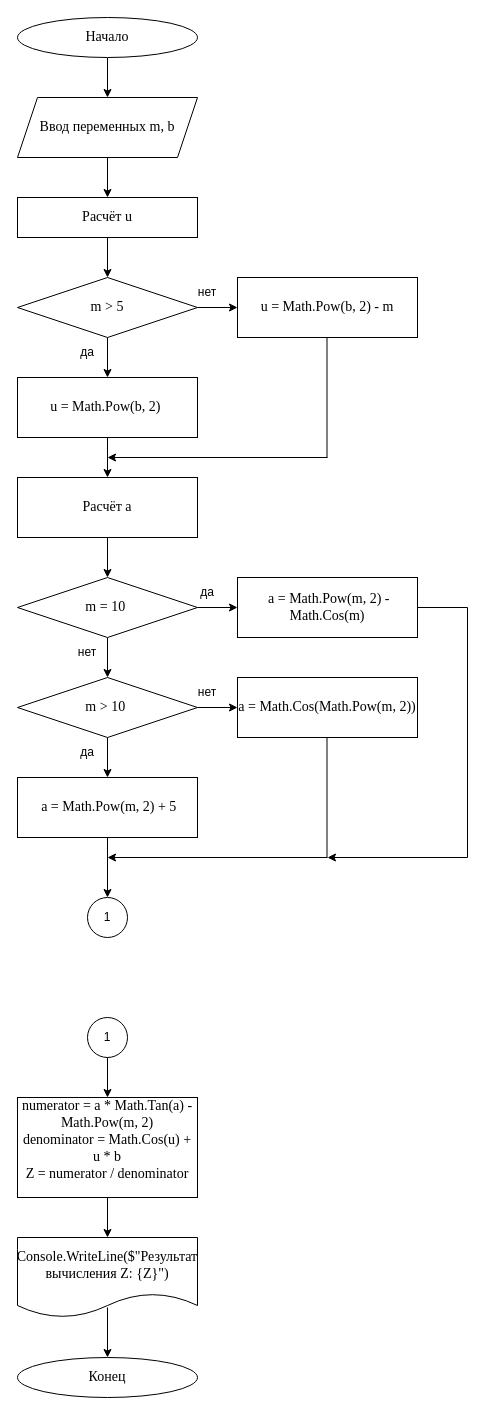
Dimag11/- keeps this draw.io diagram as Задание 5.drawio. Above is the earlier version. Source tidied: cells renumbered, new cells numbered last; positions are measured from the earlier drawing's top-left corner, leaving out a move shared by most shapes. Both pictures are drawn from the tidied source at 100%, with x=0, y=0 at pixel (17, 17).
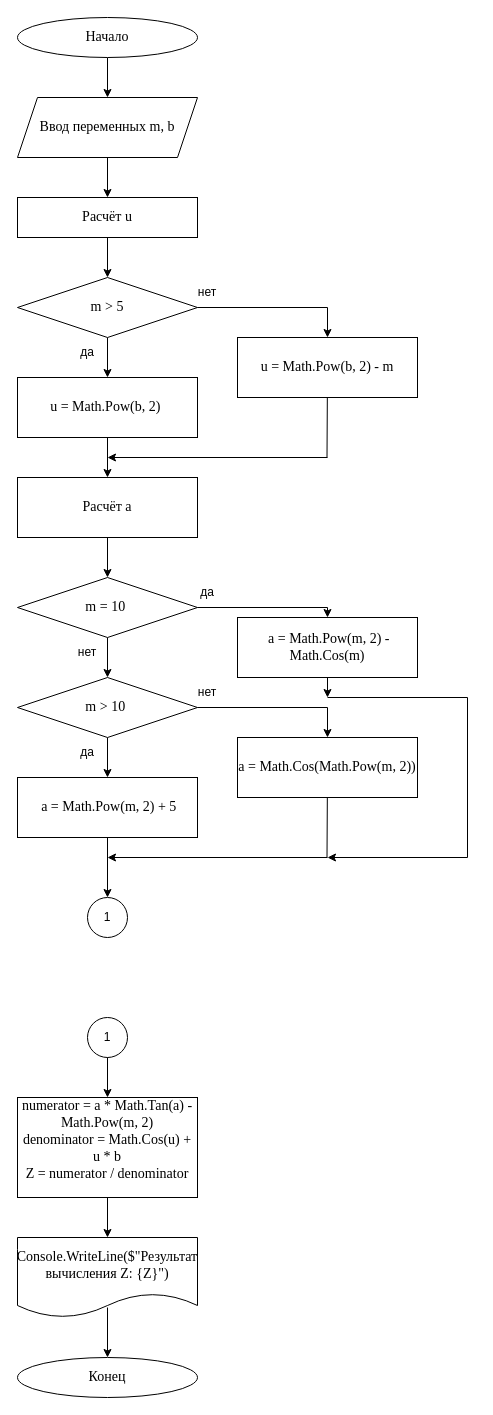
The same diagram, later.

Unchanged cells that the change refers to:
```xml
<mxCell id="10" value="&lt;font style=&quot;font-size: 14px;&quot; face=&quot;Times New Roman&quot;&gt;m &amp;gt; 5&lt;/font&gt;" style="rhombus;whiteSpace=wrap;html=1;" parent="1" vertex="1">
  <mxGeometry y="260" width="180" height="60" as="geometry" />
</mxCell>
<mxCell id="20" value="&lt;font style=&quot;font-size: 14px;&quot; face=&quot;Times New Roman&quot;&gt;m &amp;gt; 10&amp;nbsp;&lt;/font&gt;" style="rhombus;whiteSpace=wrap;html=1;" parent="1" vertex="1">
  <mxGeometry y="660" width="180" height="60" as="geometry" />
</mxCell>
<mxCell id="23" value="&lt;font style=&quot;font-size: 14px;&quot; face=&quot;Times New Roman&quot;&gt;m = 10&amp;nbsp;&lt;/font&gt;" style="rhombus;whiteSpace=wrap;html=1;" parent="1" vertex="1">
  <mxGeometry y="560" width="180" height="60" as="geometry" />
</mxCell>
```

Diff of the diagram source:
```diff
@@
-    <mxCell id="9" style="edgeStyle=orthogonalEdgeStyle;rounded=0;jettySize=auto;html=1;" parent="1" edge="1" source="10" target="11">
-      <mxGeometry relative="1" as="geometry" />
-    </mxCell>
@@
-    <mxCell id="11" value="&lt;font face=&quot;Times New Roman&quot;&gt;&lt;span style=&quot;font-size: 14px;&quot;&gt;u = Math.Pow(b, 2) - m&lt;/span&gt;&lt;/font&gt;" style="rounded=0;whiteSpace=wrap;html=1;" parent="1" vertex="1">
-      <mxGeometry x="220" y="260" width="180" height="60" as="geometry" />
-    </mxCell>
@@
-    <mxCell id="14" style="endArrow=none;html=1;rounded=0;" parent="1" edge="1">
+    <mxCell id="14" style="endArrow=none;html=1;rounded=0;" parent="1" edge="1" source="11">
       <mxGeometry relative="1" as="geometry">
-        <mxPoint x="309.5" y="440" as="sourcePoint" />
         <mxPoint x="309.5" y="320" as="targetPoint" />
       </mxGeometry>
     </mxCell>
@@
-    <mxCell id="19" style="edgeStyle=orthogonalEdgeStyle;rounded=0;jettySize=auto;html=1;" parent="1" edge="1" source="20" target="26">
-      <mxGeometry relative="1" as="geometry" />
-    </mxCell>
@@
-    <mxCell id="21" style="edgeStyle=orthogonalEdgeStyle;rounded=0;jettySize=auto;html=1;" parent="1" edge="1" source="23" target="24">
-      <mxGeometry relative="1" as="geometry" />
-    </mxCell>
@@
     <mxCell id="24" value="&lt;font style=&quot;font-size: 14px;&quot; face=&quot;Times New Roman&quot;&gt;&amp;nbsp;a = Math.Pow(m, 2) - Math.Cos(m)&lt;/font&gt;" style="rounded=0;whiteSpace=wrap;html=1;" parent="1" vertex="1">
-      <mxGeometry x="220" y="560" width="180" height="60" as="geometry" />
+      <mxGeometry x="220" y="600" width="180" height="60" as="geometry" />
     </mxCell>
@@
-    <mxCell id="26" value="&lt;font style=&quot;font-size: 14px;&quot; face=&quot;Times New Roman&quot;&gt;a = Math.Cos(Math.Pow(m, 2))&lt;/font&gt;" style="rounded=0;whiteSpace=wrap;html=1;" parent="1" vertex="1">
-      <mxGeometry x="220" y="660" width="180" height="60" as="geometry" />
-    </mxCell>
     <mxCell id="27" style="endArrow=none;html=1;rounded=0;" parent="1" edge="1">
       <mxGeometry relative="1" as="geometry">
-        <mxPoint x="450" y="590" as="sourcePoint" />
+        <mxPoint x="450" y="680" as="sourcePoint" />
         <mxPoint x="450" y="840" as="targetPoint" />
       </mxGeometry>
     </mxCell>
-    <mxCell id="28" style="endArrow=none;html=1;rounded=0;" parent="1" edge="1">
+    <mxCell id="28" style="endArrow=none;html=1;rounded=0;" parent="1" edge="1" source="26">
       <mxGeometry relative="1" as="geometry">
-        <mxPoint x="309.5" y="720" as="sourcePoint" />
         <mxPoint x="309.5" y="840" as="targetPoint" />
       </mxGeometry>
     </mxCell>
@@
-    <mxCell id="42" style="endArrow=none;html=1;rounded=0;" parent="1" edge="1">
-      <mxGeometry relative="1" as="geometry">
-        <mxPoint x="400" y="590" as="sourcePoint" />
-        <mxPoint x="450" y="590" as="targetPoint" />
-      </mxGeometry>
-    </mxCell>
@@
+    <mxCell id="47" style="endArrow=none;html=1;rounded=0;" parent="1" edge="1" target="11">
+      <mxGeometry relative="1" as="geometry">
+        <mxPoint x="309.5" y="440" as="sourcePoint" />
+      </mxGeometry>
+    </mxCell>
+    <mxCell id="11" value="&lt;font face=&quot;Times New Roman&quot;&gt;&lt;span style=&quot;font-size: 14px;&quot;&gt;u = Math.Pow(b, 2) - m&lt;/span&gt;&lt;/font&gt;" style="rounded=0;whiteSpace=wrap;html=1;" parent="1" vertex="1">
+      <mxGeometry x="220" y="320" width="180" height="60" as="geometry" />
+    </mxCell>
+    <mxCell id="48" style="endArrow=none;html=1;rounded=0;" parent="1" edge="1">
+      <mxGeometry relative="1" as="geometry">
+        <mxPoint x="180" y="290" as="sourcePoint" />
+        <mxPoint x="310" y="290" as="targetPoint" />
+      </mxGeometry>
+    </mxCell>
+    <mxCell id="49" style="endArrow=classic;html=1;rounded=0;entryX=0.5;entryY=0;entryDx=0;entryDy=0;" parent="1" edge="1" target="11">
+      <mxGeometry relative="1" as="geometry">
+        <mxPoint x="310" y="290" as="sourcePoint" />
+      </mxGeometry>
+    </mxCell>
+    <mxCell id="50" style="endArrow=none;html=1;rounded=0;" parent="1" edge="1" target="26">
+      <mxGeometry relative="1" as="geometry">
+        <mxPoint x="309.5" y="720" as="sourcePoint" />
+      </mxGeometry>
+    </mxCell>
+    <mxCell id="26" value="&lt;font style=&quot;font-size: 14px;&quot; face=&quot;Times New Roman&quot;&gt;a = Math.Cos(Math.Pow(m, 2))&lt;/font&gt;" style="rounded=0;whiteSpace=wrap;html=1;" parent="1" vertex="1">
+      <mxGeometry x="220" y="720" width="180" height="60" as="geometry" />
+    </mxCell>
+    <mxCell id="51" style="endArrow=none;html=1;rounded=0;" parent="1" edge="1">
+      <mxGeometry relative="1" as="geometry">
+        <mxPoint x="180" y="590" as="sourcePoint" />
+        <mxPoint x="310" y="590" as="targetPoint" />
+      </mxGeometry>
+    </mxCell>
+    <mxCell id="52" style="endArrow=classic;html=1;rounded=0;entryX=0.5;entryY=0;entryDx=0;entryDy=0;" parent="1" edge="1" target="24">
+      <mxGeometry relative="1" as="geometry">
+        <mxPoint x="310" y="590" as="sourcePoint" />
+      </mxGeometry>
+    </mxCell>
+    <mxCell id="53" style="endArrow=none;html=1;rounded=0;" parent="1" edge="1">
+      <mxGeometry relative="1" as="geometry">
+        <mxPoint x="310" y="680" as="sourcePoint" />
+        <mxPoint x="450" y="680" as="targetPoint" />
+      </mxGeometry>
+    </mxCell>
+    <mxCell id="54" style="endArrow=classic;html=1;rounded=0;exitX=0.5;exitY=1;exitDx=0;exitDy=0;" parent="1" edge="1" source="24">
+      <mxGeometry relative="1" as="geometry">
+        <mxPoint x="310" y="680" as="targetPoint" />
+      </mxGeometry>
+    </mxCell>
+    <mxCell id="55" style="endArrow=none;html=1;rounded=0;" parent="1" edge="1">
+      <mxGeometry relative="1" as="geometry">
+        <mxPoint x="310" y="690" as="sourcePoint" />
+        <mxPoint x="180" y="690" as="targetPoint" />
+      </mxGeometry>
+    </mxCell>
+    <mxCell id="56" style="endArrow=classic;html=1;rounded=0;entryX=0.5;entryY=0;entryDx=0;entryDy=0;" parent="1" edge="1" target="26">
+      <mxGeometry relative="1" as="geometry">
+        <mxPoint x="310" y="690" as="sourcePoint" />
+      </mxGeometry>
+    </mxCell>
```
